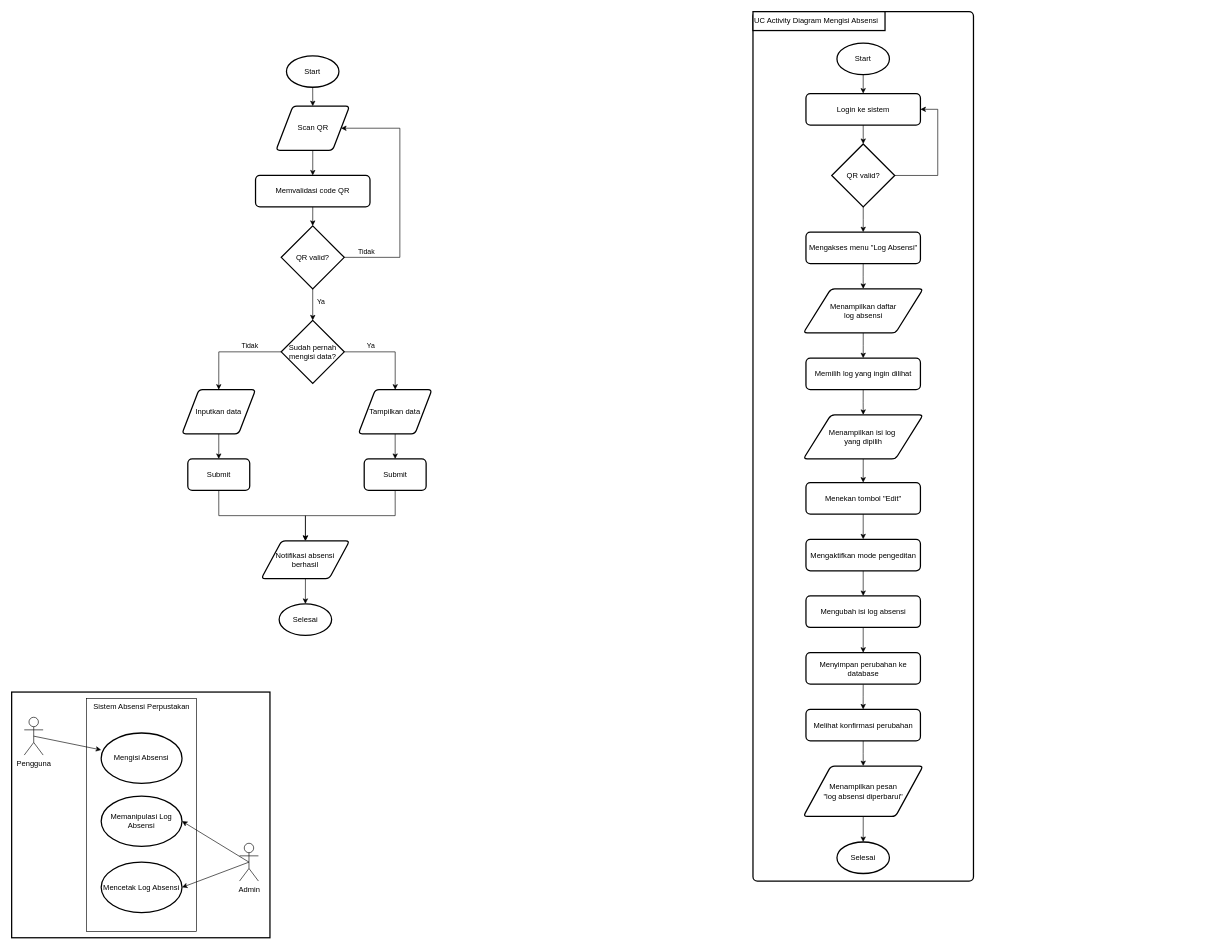
The draw.io diagram Diagram Tanpa Judul.drawio in Menguncups/yahahahaha, before the edit. Source tidied: cells renumbered, new cells numbered last; positions are measured from the earlier drawing's top-left corner, leaving out a move shared by most shapes. Both pictures are drawn from the tidied source at 63%, with x=0, y=0 at pixel (11, 11).
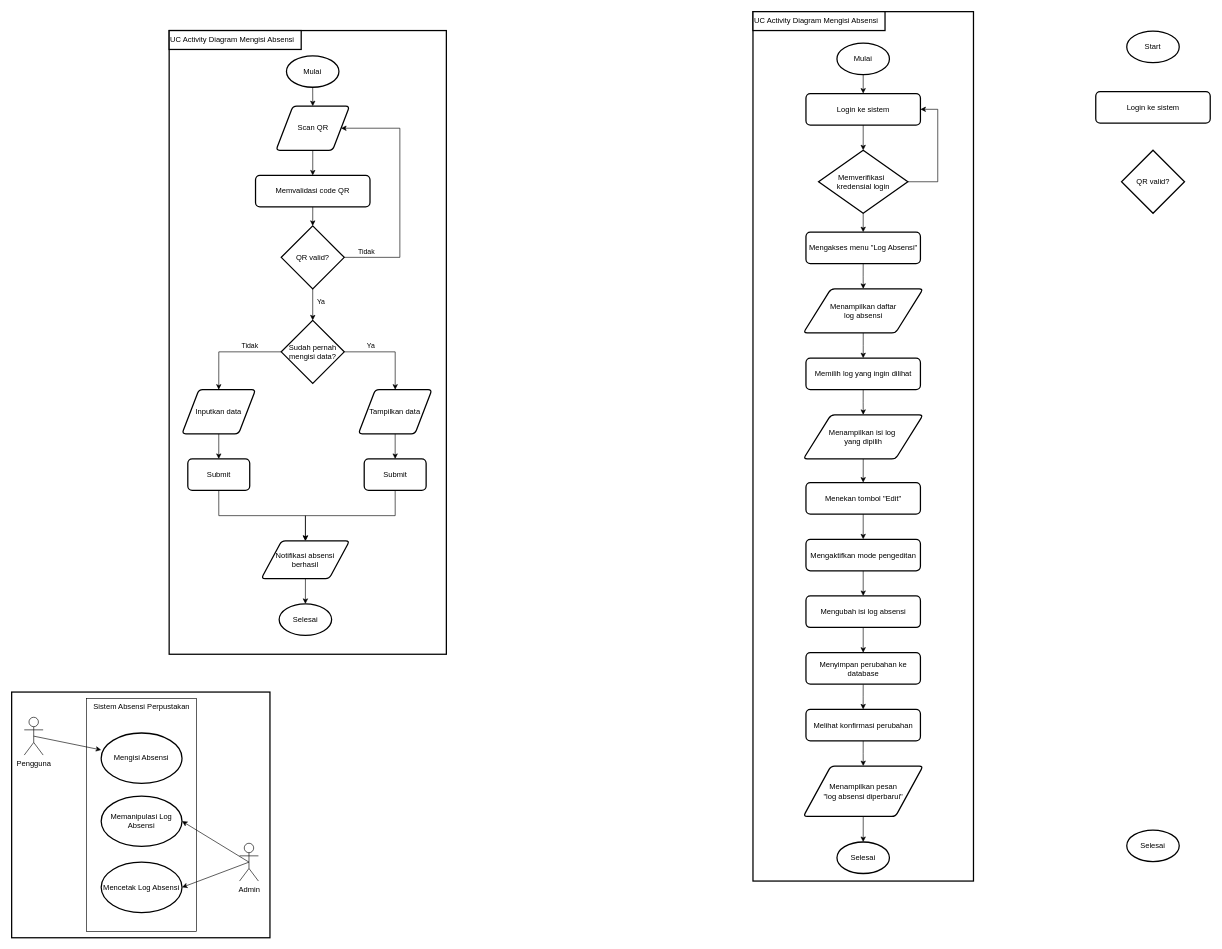
After the change.

Unchanged cells that the change refers to:
```xml
<mxCell id="43" value="Login ke sistem" style="rounded=1;whiteSpace=wrap;html=1;absoluteArcSize=1;arcSize=14;strokeWidth=2;" parent="1" vertex="1">
  <mxGeometry x="1260.8" y="130" width="181.7" height="50" as="geometry" />
</mxCell>
```

The edit, as a diff of the source:
```diff
@@
+    <mxCell id="69" style="rounded=0;html=1;absoluteArcSize=1;arcSize=14;strokeWidth=2;whiteSpace=wrap;" parent="1" vertex="1">
+      <mxGeometry x="250" y="30" width="440" height="990" as="geometry" />
+    </mxCell>
@@
-    <mxCell id="3" style="rounded=1;whiteSpace=wrap;html=1;absoluteArcSize=1;arcSize=14;strokeWidth=2;" parent="1" vertex="1">
+    <mxCell id="3" style="rounded=0;whiteSpace=wrap;html=1;absoluteArcSize=1;arcSize=14;strokeWidth=2;" parent="1" vertex="1">
       <mxGeometry x="1176.7" width="350" height="1380" as="geometry" />
     </mxCell>
@@
-    <mxCell id="5" value="Start" style="strokeWidth=2;html=1;shape=mxgraph.flowchart.start_1;whiteSpace=wrap;" parent="1" vertex="1">
+    <mxCell id="5" value="Mulai" style="strokeWidth=2;html=1;shape=mxgraph.flowchart.start_1;whiteSpace=wrap;" parent="1" vertex="1">
       <mxGeometry x="436.2" y="70" width="83.3" height="50" as="geometry" />
     </mxCell>
@@
-    <mxCell id="42" value="Start" style="strokeWidth=2;html=1;shape=mxgraph.flowchart.start_1;whiteSpace=wrap;" parent="1" vertex="1">
+    <mxCell id="42" value="Mulai" style="strokeWidth=2;html=1;shape=mxgraph.flowchart.start_1;whiteSpace=wrap;" parent="1" vertex="1">
       <mxGeometry x="1310" y="50" width="83.3" height="50" as="geometry" />
     </mxCell>
@@
     <mxCell id="46" style="edgeStyle=orthogonalEdgeStyle;rounded=0;jettySize=auto;html=1;exitX=1;exitY=0.5;exitDx=0;exitDy=0;exitPerimeter=0;entryX=1;entryY=0.5;entryDx=0;entryDy=0;" parent="1" edge="1" source="48" target="43">
       <mxGeometry relative="1" as="geometry">
         <Array as="points">
-          <mxPoint x="1470" y="260" />
+          <mxPoint x="1470" y="270" />
           <mxPoint x="1470" y="155" />
         </Array>
       </mxGeometry>
     </mxCell>
@@
-    <mxCell id="48" value="QR valid?" style="strokeWidth=2;html=1;shape=mxgraph.flowchart.decision;whiteSpace=wrap;" parent="1" vertex="1">
-      <mxGeometry x="1301.7" y="210" width="100" height="100" as="geometry" />
+    <mxCell id="48" value="Memverifikasi&lt;span style=&quot;white-space: pre;&quot;&gt;&#9;&lt;/span&gt;&lt;div&gt;kredensial login&lt;/div&gt;" style="strokeWidth=2;html=1;shape=mxgraph.flowchart.decision;whiteSpace=wrap;" parent="1" vertex="1">
+      <mxGeometry x="1280.8" y="220" width="141.7" height="100" as="geometry" />
     </mxCell>
@@
+    <mxCell id="70" value="Start" style="strokeWidth=2;html=1;shape=mxgraph.flowchart.start_1;whiteSpace=wrap;" parent="1" vertex="1">
+      <mxGeometry x="1770" y="31" width="83.3" height="50" as="geometry" />
+    </mxCell>
+    <mxCell id="71" value="Selesai" style="strokeWidth=2;html=1;shape=mxgraph.flowchart.start_1;whiteSpace=wrap;" parent="1" vertex="1">
+      <mxGeometry x="1770" y="1299" width="83.3" height="50" as="geometry" />
+    </mxCell>
+    <mxCell id="72" value="Login ke sistem" style="rounded=1;whiteSpace=wrap;html=1;absoluteArcSize=1;arcSize=14;strokeWidth=2;" parent="1" vertex="1">
+      <mxGeometry x="1720.8" y="127" width="181.7" height="50" as="geometry" />
+    </mxCell>
+    <mxCell id="73" value="QR valid?" style="strokeWidth=2;html=1;shape=mxgraph.flowchart.decision;whiteSpace=wrap;" parent="1" vertex="1">
+      <mxGeometry x="1761.7" y="220" width="100" height="100" as="geometry" />
+    </mxCell>
+    <mxCell id="74" value="UC Activity Diagram Mengisi Absensi" style="rounded=0;whiteSpace=wrap;html=1;absoluteArcSize=1;arcSize=14;strokeWidth=2;align=left;" parent="1" vertex="1">
+      <mxGeometry x="250" y="30" width="209.6" height="30" as="geometry" />
+    </mxCell>
```
